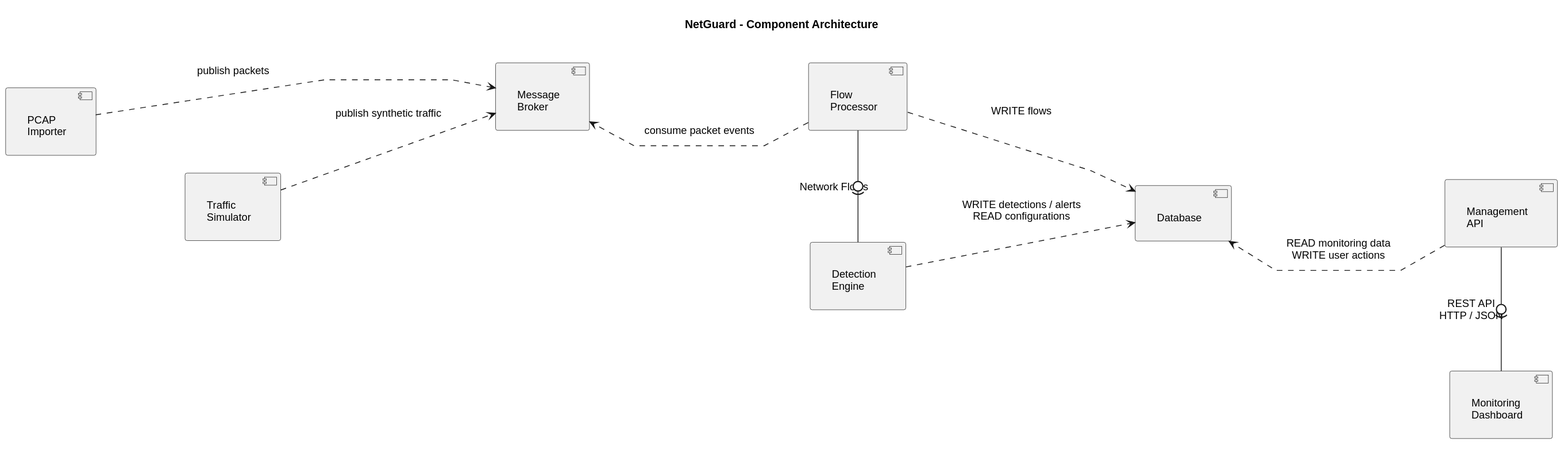
Before: Docs/ArchitectureDocument/diagrams/component_diagram.svg, a diagram exported from PlantUML (k1borg32/Netguard). Source of this version:
```plantuml
@startuml
title NetGuard - Component Architecture

left to right direction

skinparam componentStyle uml2
skinparam monochrome true
skinparam shadowing false
skinparam backgroundColor white
skinparam linetype polyline
skinparam defaultFontName Arial
skinparam defaultFontSize 13
skinparam nodesep 85
skinparam ranksep 110
skinparam Padding 12


component "PCAP\nImporter" as PCAP
component "Traffic\nSimulator" as SIM
component "Message\nBroker" as MQ
component "Flow\nProcessor" as FP
component "Detection\nEngine" as DE
component "Database" as DB
component "Management\nAPI" as BE
component "Monitoring\nDashboard" as UI


PCAP ..> MQ : publish packets
SIM ..> MQ : publish synthetic traffic


FP ..> MQ : consume packet events

FP -ri0)- DE : Network Flows


FP ..> DB : WRITE flows

DE ..> DB : WRITE detections / alerts\nREAD configurations

BE ..> DB : READ monitoring data\nWRITE user actions


BE -ri0)- UI : REST API\nHTTP / JSON


PCAP -[hidden]down- SIM

MQ -[hidden]right- FP
FP -[hidden]right- DE

DE -[hidden]down- DB

DB -[hidden]right- BE
BE -[hidden]right- UI
@enduml
```
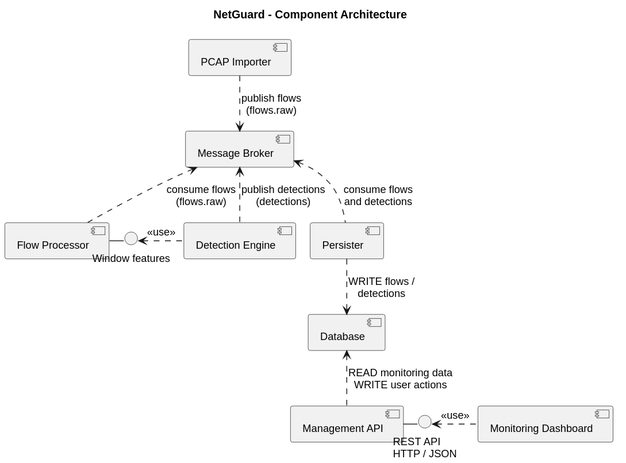
Above is the later version.

Commit message:
Component diagram and components doc match the running pipeline

What changed in the source:
```diff
@@ -1,56 +1,43 @@
 @startuml
+!pragma layout smetana
 title NetGuard - Component Architecture
-
-left to right direction
 
 skinparam componentStyle uml2
 skinparam monochrome true
 skinparam shadowing false
 skinparam backgroundColor white
-skinparam linetype polyline
 skinparam defaultFontName Arial
 skinparam defaultFontSize 13
-skinparam nodesep 85
-skinparam ranksep 110
-skinparam Padding 12
 
 
-component "PCAP\nImporter" as PCAP
-component "Traffic\nSimulator" as SIM
-component "Message\nBroker" as MQ
-component "Flow\nProcessor" as FP
-component "Detection\nEngine" as DE
+component "PCAP Importer" as PCAP
+component "Message Broker" as MQ
+component "Flow Processor" as FP
+component "Detection Engine" as DE
+component "Persister" as PER
 component "Database" as DB
-component "Management\nAPI" as BE
-component "Monitoring\nDashboard" as UI
+component "Management API" as BE
+component "Monitoring Dashboard" as UI
+
+interface "Window features" as WF
+interface "REST API\nHTTP / JSON" as REST
+
+FP -right- WF
+BE -right- REST
 
 
-PCAP ..> MQ : publish packets
-SIM ..> MQ : publish synthetic traffic
+PCAP .down.> MQ : publish flows\n(flows.raw)
 
 
-FP ..> MQ : consume packet events
-
-FP -ri0)- DE : Network Flows
+FP .up.> MQ : consume flows\n(flows.raw)
+DE .left.> WF : <<use>>
+DE .up.> MQ : publish detections\n(detections)
 
 
-FP ..> DB : WRITE flows
-
-DE ..> DB : WRITE detections / alerts\nREAD configurations
-
-BE ..> DB : READ monitoring data\nWRITE user actions
+PER .up.> MQ : consume flows\nand detections
+PER .down.> DB : WRITE flows /\ndetections
+BE .up.> DB : READ monitoring data\nWRITE user actions
 
 
-BE -ri0)- UI : REST API\nHTTP / JSON
-
-
-PCAP -[hidden]down- SIM
-
-MQ -[hidden]right- FP
-FP -[hidden]right- DE
-
-DE -[hidden]down- DB
-
-DB -[hidden]right- BE
-BE -[hidden]right- UI
+UI .left.> REST : <<use>>
 @enduml
```
